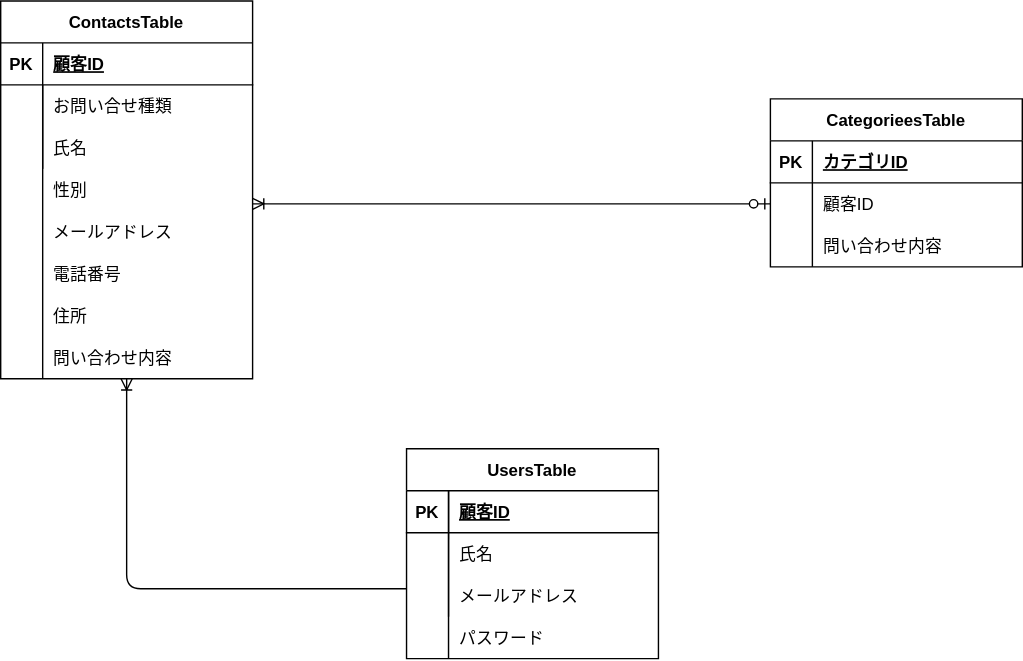
Earlier version of the draw.io export test.drawio.svg (tetutora/contact-form-test). Source tidied: cells renumbered, new cells last; positions are measured from the earlier drawing's top-left corner, leaving out a move shared by most shapes.
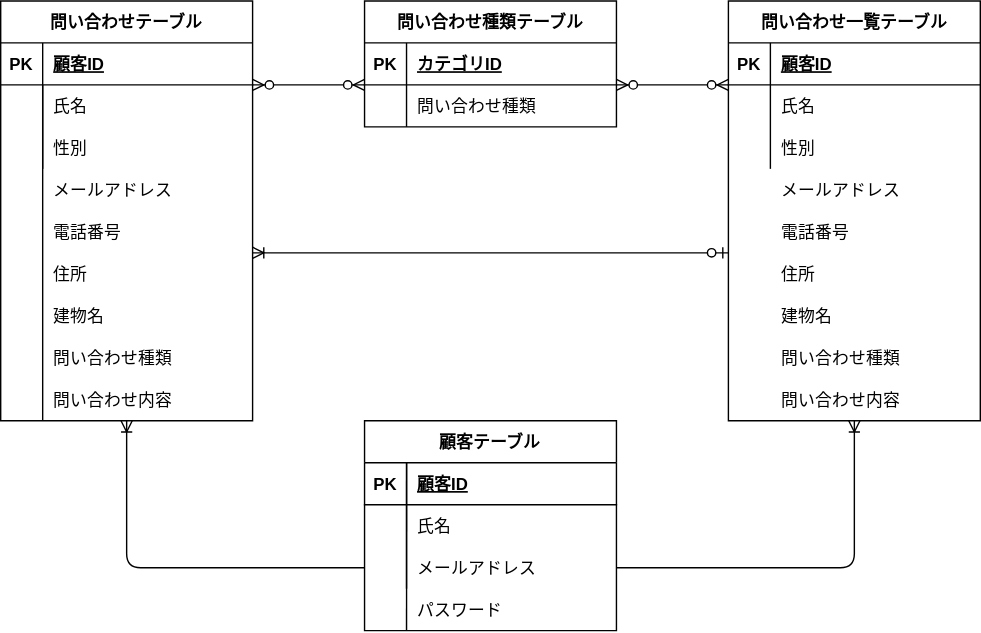
The same file after the commit.

Diff of the diagram source:
```diff
@@ -2,8 +2,8 @@
   <root>
     <mxCell id="0" />
     <mxCell id="1" parent="0" />
-    <mxCell id="2" value="ContactsTable" style="shape=table;startSize=30;rowLines=0;fontStyle=1;align=center;" parent="1" vertex="1">
-      <mxGeometry width="180" height="270" as="geometry" />
+    <mxCell id="2" value="問い合わせテーブル" style="shape=table;startSize=30;rowLines=0;fontStyle=1;align=center;" parent="1" vertex="1">
+      <mxGeometry width="180" height="300" as="geometry" />
     </mxCell>
     <mxCell id="3" style="shape=tableRow;horizontal=0;startSize=0;swimlaneHead=0;swimlaneBody=0;fillColor=none;top=0;left=0;right=0;bottom=1;" parent="2" vertex="1">
       <mxGeometry y="30" width="180" height="30" as="geometry" />
@@ -20,7 +20,7 @@
     <mxCell id="7" style="shape=partialRectangle;fillColor=none;top=0;left=0;bottom=0;right=0;overflow=hidden;" parent="6" vertex="1">
       <mxGeometry width="30" height="30" as="geometry" />
     </mxCell>
-    <mxCell id="8" value="お問い合せ種類" style="shape=partialRectangle;fillColor=none;top=0;left=0;bottom=0;right=0;align=left;spacingLeft=6;overflow=hidden;" parent="6" vertex="1">
+    <mxCell id="8" value="氏名" style="shape=partialRectangle;fillColor=none;top=0;left=0;bottom=0;right=0;align=left;spacingLeft=6;overflow=hidden;" parent="6" vertex="1">
       <mxGeometry x="30" width="150" height="30" as="geometry" />
     </mxCell>
     <mxCell id="9" style="shape=tableRow;horizontal=0;startSize=0;swimlaneHead=0;swimlaneBody=0;fillColor=none;top=0;left=0;right=0;bottom=0;" parent="2" vertex="1">
@@ -29,32 +29,32 @@
     <mxCell id="10" style="shape=partialRectangle;fillColor=none;top=0;left=0;bottom=0;right=0;overflow=hidden;" parent="9" vertex="1">
       <mxGeometry width="30" height="30" as="geometry" />
     </mxCell>
-    <mxCell id="11" value="氏名" style="shape=partialRectangle;fillColor=none;top=0;left=0;bottom=0;right=0;align=left;spacingLeft=6;overflow=hidden;" parent="9" vertex="1">
+    <mxCell id="11" value="性別" style="shape=partialRectangle;fillColor=none;top=0;left=0;bottom=0;right=0;align=left;spacingLeft=6;overflow=hidden;" parent="9" vertex="1">
       <mxGeometry x="30" width="150" height="30" as="geometry" />
     </mxCell>
-    <mxCell id="12" value="性別" style="shape=partialRectangle;fillColor=none;top=0;left=0;bottom=0;right=0;align=left;spacingLeft=6;overflow=hidden;" parent="1" vertex="1">
+    <mxCell id="12" value="メールアドレス" style="shape=partialRectangle;fillColor=none;top=0;left=0;bottom=0;right=0;align=left;spacingLeft=6;overflow=hidden;" parent="1" vertex="1">
       <mxGeometry x="30" y="120" width="150" height="30" as="geometry" />
     </mxCell>
-    <mxCell id="13" value="メールアドレス" style="shape=partialRectangle;fillColor=none;top=0;left=0;bottom=0;right=0;align=left;spacingLeft=6;overflow=hidden;" parent="1" vertex="1">
+    <mxCell id="13" value="電話番号" style="shape=partialRectangle;fillColor=none;top=0;left=0;bottom=0;right=0;align=left;spacingLeft=6;overflow=hidden;" parent="1" vertex="1">
       <mxGeometry x="30" y="150" width="150" height="30" as="geometry" />
     </mxCell>
-    <mxCell id="14" value="電話番号" style="shape=partialRectangle;fillColor=none;top=0;left=0;bottom=0;right=0;align=left;spacingLeft=6;overflow=hidden;" parent="1" vertex="1">
+    <mxCell id="14" value="住所" style="shape=partialRectangle;fillColor=none;top=0;left=0;bottom=0;right=0;align=left;spacingLeft=6;overflow=hidden;" parent="1" vertex="1">
       <mxGeometry x="30" y="180" width="150" height="30" as="geometry" />
     </mxCell>
-    <mxCell id="15" value="住所" style="shape=partialRectangle;fillColor=none;top=0;left=0;bottom=0;right=0;align=left;spacingLeft=6;overflow=hidden;" parent="1" vertex="1">
+    <mxCell id="15" value="建物名" style="shape=partialRectangle;fillColor=none;top=0;left=0;bottom=0;right=0;align=left;spacingLeft=6;overflow=hidden;" parent="1" vertex="1">
       <mxGeometry x="30" y="210" width="150" height="30" as="geometry" />
     </mxCell>
-    <mxCell id="16" value="問い合わせ内容" style="shape=partialRectangle;fillColor=none;top=0;left=0;bottom=0;right=0;align=left;spacingLeft=6;overflow=hidden;" parent="1" vertex="1">
+    <mxCell id="16" value="問い合わせ種類" style="shape=partialRectangle;fillColor=none;top=0;left=0;bottom=0;right=0;align=left;spacingLeft=6;overflow=hidden;" parent="1" vertex="1">
       <mxGeometry x="30" y="240" width="150" height="30" as="geometry" />
     </mxCell>
     <mxCell id="17" style="endArrow=none;html=1;rounded=0;" parent="1" edge="1">
       <mxGeometry relative="1" as="geometry">
         <mxPoint x="30" y="60" as="sourcePoint" />
-        <mxPoint x="30" y="270" as="targetPoint" />
+        <mxPoint x="30" y="300" as="targetPoint" />
       </mxGeometry>
     </mxCell>
-    <mxCell id="18" value="CategorieesTable" style="shape=table;startSize=30;rowLines=0;fontStyle=1;align=center;" parent="1" vertex="1">
-      <mxGeometry x="550" y="70" width="180" height="120" as="geometry" />
+    <mxCell id="18" value="問い合わせ種類テーブル" style="shape=table;startSize=30;rowLines=0;fontStyle=1;align=center;" parent="1" vertex="1">
+      <mxGeometry x="260" width="180" height="90" as="geometry" />
     </mxCell>
     <mxCell id="19" style="shape=tableRow;horizontal=0;startSize=0;swimlaneHead=0;swimlaneBody=0;fillColor=none;top=0;left=0;right=0;bottom=1;" parent="18" vertex="1">
       <mxGeometry y="30" width="180" height="30" as="geometry" />
@@ -65,26 +65,17 @@
     <mxCell id="21" value="カテゴリID" style="shape=partialRectangle;fillColor=none;top=0;left=0;bottom=0;right=0;align=left;spacingLeft=6;fontStyle=5;overflow=hidden;" parent="19" vertex="1">
       <mxGeometry x="30" width="150" height="30" as="geometry" />
     </mxCell>
-    <mxCell id="22" style="shape=tableRow;horizontal=0;startSize=0;swimlaneHead=0;swimlaneBody=0;fillColor=none;points=[[0,0.5],[1,0.5]];portConstraint=eastwest;top=0;left=0;right=0;bottom=0;" parent="18" vertex="1">
-      <mxGeometry y="60" width="180" height="30" as="geometry" />
-    </mxCell>
-    <mxCell id="23" style="shape=partialRectangle;fillColor=none;top=0;left=0;bottom=0;right=0;overflow=hidden;" parent="22" vertex="1">
-      <mxGeometry width="30" height="30" as="geometry" />
-    </mxCell>
-    <mxCell id="24" value="顧客ID" style="shape=partialRectangle;fillColor=none;top=0;left=0;bottom=0;right=0;align=left;spacingLeft=6;overflow=hidden;" parent="22" vertex="1">
-      <mxGeometry x="30" width="150" height="30" as="geometry" />
-    </mxCell>
     <mxCell id="25" style="shape=tableRow;horizontal=0;startSize=0;swimlaneHead=0;swimlaneBody=0;fillColor=none;top=0;left=0;right=0;bottom=0;" parent="18" vertex="1">
-      <mxGeometry y="90" width="180" height="30" as="geometry" />
+      <mxGeometry y="60" width="180" height="30" as="geometry" />
     </mxCell>
     <mxCell id="26" style="shape=partialRectangle;fillColor=none;top=0;left=0;bottom=0;right=0;overflow=hidden;" parent="25" vertex="1">
       <mxGeometry width="30" height="30" as="geometry" />
     </mxCell>
-    <mxCell id="27" value="問い合わせ内容" style="shape=partialRectangle;fillColor=none;top=0;left=0;bottom=0;right=0;align=left;spacingLeft=6;overflow=hidden;" parent="25" vertex="1">
+    <mxCell id="27" value="問い合わせ種類" style="shape=partialRectangle;fillColor=none;top=0;left=0;bottom=0;right=0;align=left;spacingLeft=6;overflow=hidden;" parent="25" vertex="1">
       <mxGeometry x="30" width="150" height="30" as="geometry" />
     </mxCell>
-    <mxCell id="28" value="UsersTable" style="shape=table;startSize=30;rowLines=0;fontStyle=1;align=center;" parent="1" vertex="1">
-      <mxGeometry x="290" y="320" width="180" height="150" as="geometry" />
+    <mxCell id="28" value="顧客テーブル" style="shape=table;startSize=30;rowLines=0;fontStyle=1;align=center;" parent="1" vertex="1">
+      <mxGeometry x="260" y="300" width="180" height="150" as="geometry" />
     </mxCell>
     <mxCell id="29" style="shape=tableRow;horizontal=0;startSize=0;swimlaneHead=0;swimlaneBody=0;fillColor=none;points=[[0,0.5],[1,0.5]];portConstraint=eastwest;top=0;left=0;right=0;bottom=1;" parent="28" vertex="1">
       <mxGeometry y="30" width="180" height="30" as="geometry" />
@@ -114,23 +105,89 @@
       <mxGeometry x="30" width="150" height="30" as="geometry" />
     </mxCell>
     <mxCell id="38" value="パスワード" style="shape=partialRectangle;fillColor=none;top=0;left=0;bottom=0;right=0;align=left;spacingLeft=6;overflow=hidden;" parent="1" vertex="1">
-      <mxGeometry x="320" y="440" width="150" height="30" as="geometry" />
+      <mxGeometry x="290" y="420" width="150" height="30" as="geometry" />
     </mxCell>
     <mxCell id="39" style="endArrow=none;html=1;rounded=0;entryX=0.167;entryY=0;entryDx=0;entryDy=0;entryPerimeter=0;" parent="1" edge="1" target="29">
       <mxGeometry relative="1" as="geometry">
-        <mxPoint x="320" y="470" as="sourcePoint" />
+        <mxPoint x="290" y="450" as="sourcePoint" />
       </mxGeometry>
     </mxCell>
-    <mxCell id="40" style="fontSize=12;html=1;endArrow=ERoneToMany;edgeStyle=orthogonalEdgeStyle;" parent="1" edge="1">
+    <mxCell id="40" style="fontSize=12;html=1;endArrow=ERoneToMany;edgeStyle=orthogonalEdgeStyle;exitX=0;exitY=0.5;exitDx=0;exitDy=0;" parent="1" edge="1" source="35">
       <mxGeometry relative="1" as="geometry">
-        <mxPoint x="290" y="420" as="sourcePoint" />
-        <mxPoint x="90" y="270" as="targetPoint" />
+        <mxPoint x="90" y="300" as="targetPoint" />
       </mxGeometry>
     </mxCell>
-    <mxCell id="41" style="fontSize=12;html=1;endArrow=ERoneToMany;startArrow=ERzeroToOne;exitX=0;exitY=0.5;exitDx=0;exitDy=0;" parent="1" edge="1" source="22">
+    <mxCell id="41" style="fontSize=12;html=1;endArrow=ERoneToMany;startArrow=ERzeroToOne;" parent="1" edge="1">
       <mxGeometry relative="1" as="geometry">
-        <mxPoint x="180" y="145" as="targetPoint" />
+        <mxPoint x="520" y="180" as="sourcePoint" />
+        <mxPoint x="180" y="180" as="targetPoint" />
       </mxGeometry>
     </mxCell>
+    <mxCell id="42" value="問い合わせ内容" style="shape=partialRectangle;fillColor=none;top=0;left=0;bottom=0;right=0;align=left;spacingLeft=6;overflow=hidden;" parent="1" vertex="1">
+      <mxGeometry x="30" y="270" width="150" height="30" as="geometry" />
+    </mxCell>
+    <mxCell id="43" value="問い合わせ一覧テーブル" style="shape=table;startSize=30;rowLines=0;fontStyle=1;align=center;" parent="1" vertex="1">
+      <mxGeometry x="520" width="180" height="300" as="geometry" />
+    </mxCell>
+    <mxCell id="44" style="shape=tableRow;horizontal=0;startSize=0;swimlaneHead=0;swimlaneBody=0;fillColor=none;top=0;left=0;right=0;bottom=1;" parent="43" vertex="1">
+      <mxGeometry y="30" width="180" height="30" as="geometry" />
+    </mxCell>
+    <mxCell id="45" value="PK" style="shape=partialRectangle;fillColor=none;top=0;left=0;bottom=0;right=0;fontStyle=1;overflow=hidden;" parent="44" vertex="1">
+      <mxGeometry width="30" height="30" as="geometry" />
+    </mxCell>
+    <mxCell id="24" value="顧客ID" style="shape=partialRectangle;fillColor=none;top=0;left=0;bottom=0;right=0;align=left;spacingLeft=6;fontStyle=5;overflow=hidden;" parent="44" vertex="1">
+      <mxGeometry x="30" width="150" height="30" as="geometry" />
+    </mxCell>
+    <mxCell id="22" style="shape=tableRow;horizontal=0;startSize=0;swimlaneHead=0;swimlaneBody=0;fillColor=none;points=[[0,0.5],[1,0.5]];portConstraint=eastwest;top=0;left=0;right=0;bottom=0;" parent="43" vertex="1">
+      <mxGeometry y="60" width="180" height="30" as="geometry" />
+    </mxCell>
+    <mxCell id="46" style="shape=partialRectangle;fillColor=none;top=0;left=0;bottom=0;right=0;overflow=hidden;" parent="22" vertex="1">
+      <mxGeometry width="30" height="30" as="geometry" />
+    </mxCell>
+    <mxCell id="47" value="氏名" style="shape=partialRectangle;fillColor=none;top=0;left=0;bottom=0;right=0;align=left;spacingLeft=6;overflow=hidden;" parent="22" vertex="1">
+      <mxGeometry x="30" width="150" height="30" as="geometry" />
+    </mxCell>
+    <mxCell id="48" style="shape=tableRow;horizontal=0;startSize=0;swimlaneHead=0;swimlaneBody=0;fillColor=none;top=0;left=0;right=0;bottom=0;" parent="43" vertex="1">
+      <mxGeometry y="90" width="180" height="30" as="geometry" />
+    </mxCell>
+    <mxCell id="49" style="shape=partialRectangle;fillColor=none;top=0;left=0;bottom=0;right=0;overflow=hidden;" parent="48" vertex="1">
+      <mxGeometry width="30" height="30" as="geometry" />
+    </mxCell>
+    <mxCell id="50" value="性別" style="shape=partialRectangle;fillColor=none;top=0;left=0;bottom=0;right=0;align=left;spacingLeft=6;overflow=hidden;" parent="48" vertex="1">
+      <mxGeometry x="30" width="150" height="30" as="geometry" />
+    </mxCell>
+    <mxCell id="51" style="edgeStyle=entityRelationEdgeStyle;fontSize=12;html=1;endArrow=ERzeroToMany;endFill=1;startArrow=ERzeroToMany;" parent="1" edge="1">
+      <mxGeometry relative="1" as="geometry">
+        <mxPoint x="180" y="60" as="sourcePoint" />
+        <mxPoint x="260" y="60" as="targetPoint" />
+      </mxGeometry>
+    </mxCell>
+    <mxCell id="52" style="edgeStyle=entityRelationEdgeStyle;fontSize=12;html=1;endArrow=ERzeroToMany;endFill=1;startArrow=ERzeroToMany;" parent="1" edge="1">
+      <mxGeometry relative="1" as="geometry">
+        <mxPoint x="440" y="60" as="sourcePoint" />
+        <mxPoint x="520" y="60" as="targetPoint" />
+      </mxGeometry>
+    </mxCell>
+    <mxCell id="53" style="fontSize=12;html=1;endArrow=ERoneToMany;edgeStyle=orthogonalEdgeStyle;exitX=1;exitY=0.5;exitDx=0;exitDy=0;entryX=0.5;entryY=1;entryDx=0;entryDy=0;" parent="1" edge="1" source="35" target="43">
+      <mxGeometry relative="1" as="geometry" />
+    </mxCell>
+    <mxCell id="54" value="メールアドレス" style="shape=partialRectangle;fillColor=none;top=0;left=0;bottom=0;right=0;align=left;spacingLeft=6;overflow=hidden;" parent="1" vertex="1">
+      <mxGeometry x="550" y="120" width="150" height="30" as="geometry" />
+    </mxCell>
+    <mxCell id="55" value="電話番号" style="shape=partialRectangle;fillColor=none;top=0;left=0;bottom=0;right=0;align=left;spacingLeft=6;overflow=hidden;" parent="1" vertex="1">
+      <mxGeometry x="550" y="150" width="150" height="30" as="geometry" />
+    </mxCell>
+    <mxCell id="56" value="住所" style="shape=partialRectangle;fillColor=none;top=0;left=0;bottom=0;right=0;align=left;spacingLeft=6;overflow=hidden;" parent="1" vertex="1">
+      <mxGeometry x="550" y="180" width="150" height="30" as="geometry" />
+    </mxCell>
+    <mxCell id="57" value="建物名" style="shape=partialRectangle;fillColor=none;top=0;left=0;bottom=0;right=0;align=left;spacingLeft=6;overflow=hidden;" parent="1" vertex="1">
+      <mxGeometry x="550" y="210" width="150" height="30" as="geometry" />
+    </mxCell>
+    <mxCell id="58" value="問い合わせ種類" style="shape=partialRectangle;fillColor=none;top=0;left=0;bottom=0;right=0;align=left;spacingLeft=6;overflow=hidden;" parent="1" vertex="1">
+      <mxGeometry x="550" y="240" width="150" height="30" as="geometry" />
+    </mxCell>
+    <mxCell id="59" value="問い合わせ内容" style="shape=partialRectangle;fillColor=none;top=0;left=0;bottom=0;right=0;align=left;spacingLeft=6;overflow=hidden;" parent="1" vertex="1">
+      <mxGeometry x="550" y="270" width="150" height="30" as="geometry" />
+    </mxCell>
   </root>
 </mxGraphModel>
```
